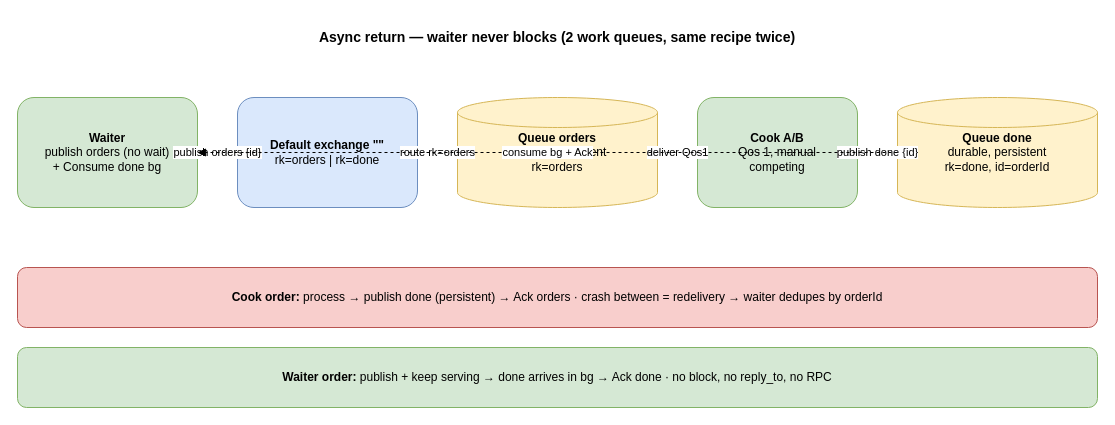
Earlier version of the draw.io diagram page "async-done" (3 of 5) of cook-break.drawio (adipresto/cookworker-mq). Source tidied: cells renumbered, new cells numbered last; positions are measured from the earlier drawing's top-left corner, leaving out a move shared by most shapes. Both pictures are drawn from the tidied source at 100%, with x=0, y=0 at pixel (17, 17).
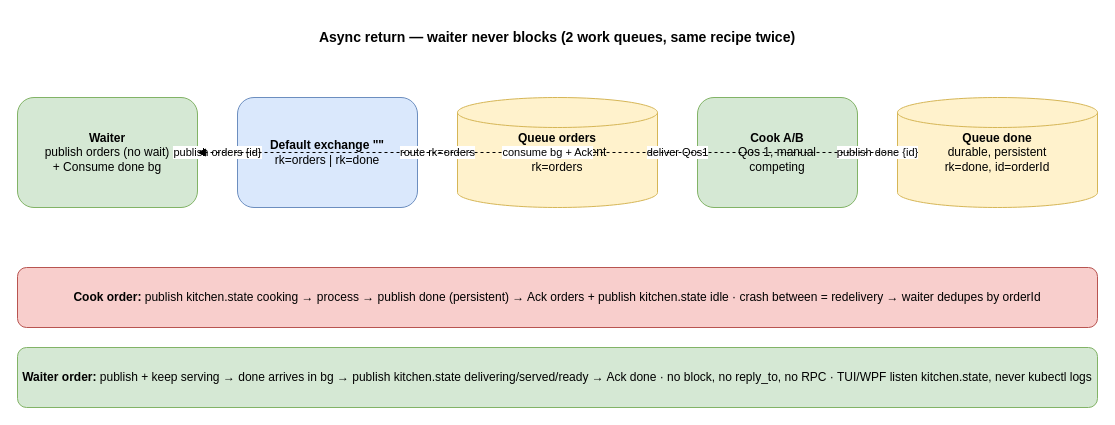
The same diagram, later.

Diff of the diagram source:
```diff
@@
 <mxGraphModel>
   <root>
     <mxCell id="0" />
     <mxCell id="1" parent="0" />
     <mxCell id="2" value="&lt;b&gt;Async return — waiter never blocks (2 work queues, same recipe twice)&lt;/b&gt;" style="rounded=1;whiteSpace=wrap;html=1;fillColor=#ffffff;strokeColor=#ffffff;fontSize=14;" parent="1" vertex="1">
       <mxGeometry width="1080" height="40" as="geometry" />
     </mxCell>
     <mxCell id="3" value="&lt;b&gt;Waiter&lt;/b&gt;&#10;publish orders (no wait)&#10;+ Consume done bg" style="rounded=1;whiteSpace=wrap;html=1;fillColor=#d5e8d4;strokeColor=#82b366;" parent="1" vertex="1">
       <mxGeometry y="80" width="180" height="110" as="geometry" />
     </mxCell>
     <mxCell id="4" value="&lt;b&gt;Default exchange &quot;&quot;&lt;/b&gt;&#10;rk=orders | rk=done" style="rounded=1;whiteSpace=wrap;html=1;fillColor=#dae8fc;strokeColor=#6c8ebf;" parent="1" vertex="1">
       <mxGeometry x="220" y="80" width="180" height="110" as="geometry" />
     </mxCell>
     <mxCell id="5" value="&lt;b&gt;Queue orders&lt;/b&gt;&#10;durable, persistent&#10;rk=orders" style="shape=cylinder3;whiteSpace=wrap;html=1;fillColor=#fff2cc;strokeColor=#d6b656;" parent="1" vertex="1">
       <mxGeometry x="440" y="80" width="200" height="110" as="geometry" />
     </mxCell>
     <mxCell id="6" value="&lt;b&gt;Cook A/B&lt;/b&gt;&#10;Qos 1, manual&#10;competing" style="rounded=1;whiteSpace=wrap;html=1;fillColor=#d5e8d4;strokeColor=#82b366;" parent="1" vertex="1">
       <mxGeometry x="680" y="80" width="160" height="110" as="geometry" />
     </mxCell>
     <mxCell id="7" value="&lt;b&gt;Queue done&lt;/b&gt;&#10;durable, persistent&#10;rk=done, id=orderId" style="shape=cylinder3;whiteSpace=wrap;html=1;fillColor=#fff2cc;strokeColor=#d6b656;" parent="1" vertex="1">
       <mxGeometry x="880" y="80" width="200" height="110" as="geometry" />
     </mxCell>
-    <mxCell id="8" value="&lt;b&gt;Cook order:&lt;/b&gt; process → publish done (persistent) → Ack orders · crash between = redelivery → waiter dedupes by orderId" style="rounded=1;whiteSpace=wrap;html=1;fillColor=#f8cecc;strokeColor=#b85450;" parent="1" vertex="1">
+    <mxCell id="8" value="&lt;b&gt;Cook order:&lt;/b&gt; publish kitchen.state cooking → process → publish done (persistent) → Ack orders + publish kitchen.state idle · crash between = redelivery → waiter dedupes by orderId" style="rounded=1;whiteSpace=wrap;html=1;fillColor=#f8cecc;strokeColor=#b85450;" parent="1" vertex="1">
       <mxGeometry y="250" width="1080" height="60" as="geometry" />
     </mxCell>
-    <mxCell id="9" value="&lt;b&gt;Waiter order:&lt;/b&gt; publish + keep serving → done arrives in bg → Ack done · no block, no reply_to, no RPC" style="rounded=1;whiteSpace=wrap;html=1;fillColor=#d5e8d4;strokeColor=#82b366;" parent="1" vertex="1">
+    <mxCell id="9" value="&lt;b&gt;Waiter order:&lt;/b&gt; publish + keep serving → done arrives in bg → publish kitchen.state delivering/served/ready → Ack done · no block, no reply_to, no RPC · TUI/WPF listen kitchen.state, never kubectl logs" style="rounded=1;whiteSpace=wrap;html=1;fillColor=#d5e8d4;strokeColor=#82b366;" parent="1" vertex="1">
       <mxGeometry y="330" width="1080" height="60" as="geometry" />
     </mxCell>
     <mxCell id="10" value="publish orders {id}" style="edgeStyle=orthogonalEdgeStyle;html=1;endArrow=block;" parent="1" edge="1" source="3" target="4">
       <mxGeometry relative="1" as="geometry" />
     </mxCell>
     <mxCell id="11" value="route rk=orders" style="edgeStyle=orthogonalEdgeStyle;html=1;endArrow=block;" parent="1" edge="1" source="4" target="5">
       <mxGeometry relative="1" as="geometry" />
     </mxCell>
     <mxCell id="12" value="deliver Qos1" style="edgeStyle=orthogonalEdgeStyle;html=1;endArrow=block;" parent="1" edge="1" source="5" target="6">
       <mxGeometry relative="1" as="geometry" />
     </mxCell>
     <mxCell id="13" value="publish done {id}" style="edgeStyle=orthogonalEdgeStyle;html=1;endArrow=block;" parent="1" edge="1" source="6" target="7">
       <mxGeometry relative="1" as="geometry" />
     </mxCell>
     <mxCell id="14" value="consume bg + Ack" style="edgeStyle=orthogonalEdgeStyle;html=1;endArrow=block;dashed=1;" parent="1" edge="1" source="7" target="3">
       <mxGeometry relative="1" as="geometry" />
     </mxCell>
   </root>
 </mxGraphModel>
```
